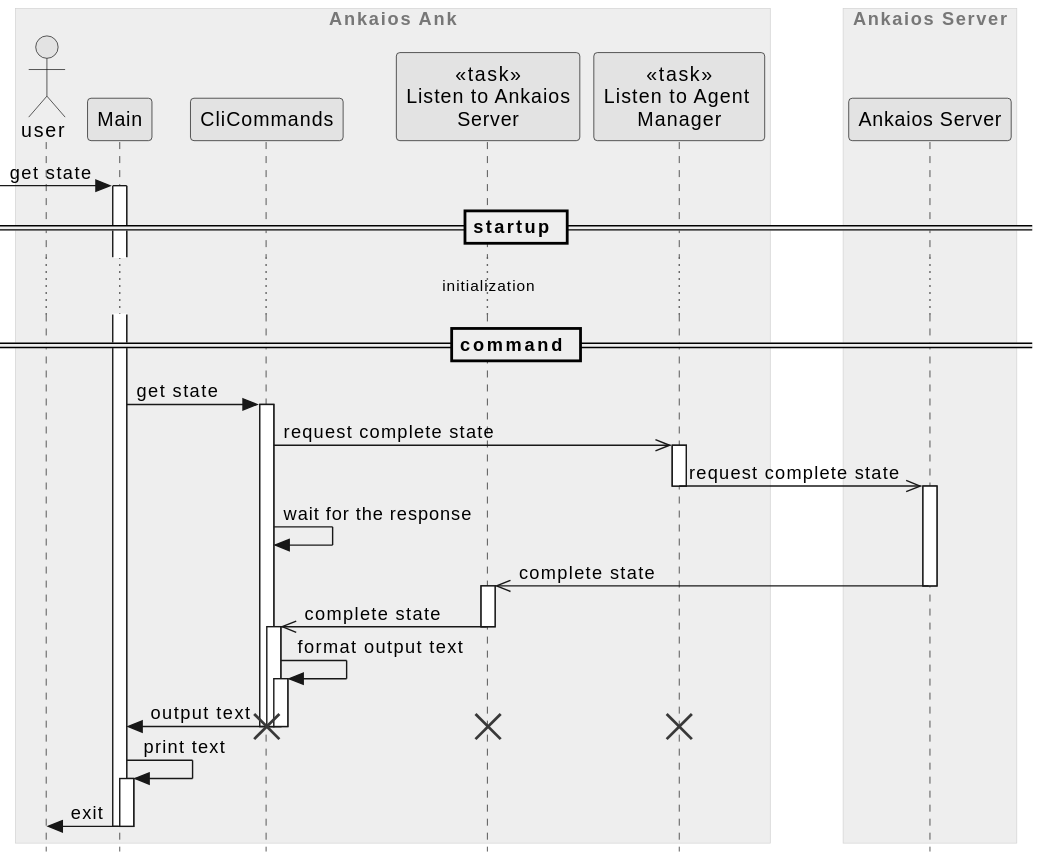
Above: ank/doc/swdesign/plantuml/seq_get_state.svg in eclipse-ankaios/ankaios (PlantUML), before the change.
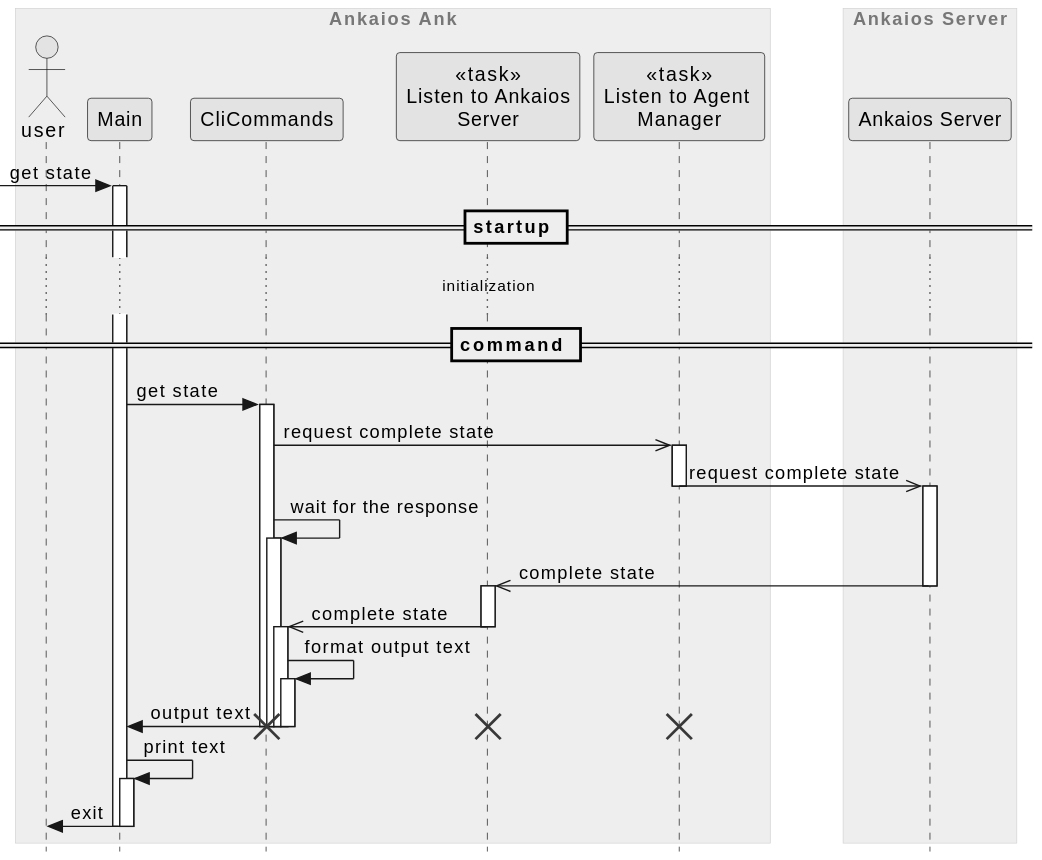
Later version of the same file.

Commit message:
Fix lifetimes in get state seq diagram

What changed in the source:
```diff
@@ -25,14 +25,13 @@
 cli_commands ->> listen_to_manager ++: request complete state
 listen_to_manager ->> server --++ : request complete state
 
-cli_commands -> cli_commands : wait for the response
-
+cli_commands -> cli_commands ++: wait for the response
 listen_to_server <<- server --++: complete state
 listen_to_server ->> cli_commands --++: complete state
 cli_commands -> cli_commands ++: format output text
 main <- cli_commands -- : output text
 deactivate cli_commands
-
+deactivate cli_commands
 destroy cli_commands
 destroy listen_to_manager
 destroy listen_to_server
```
